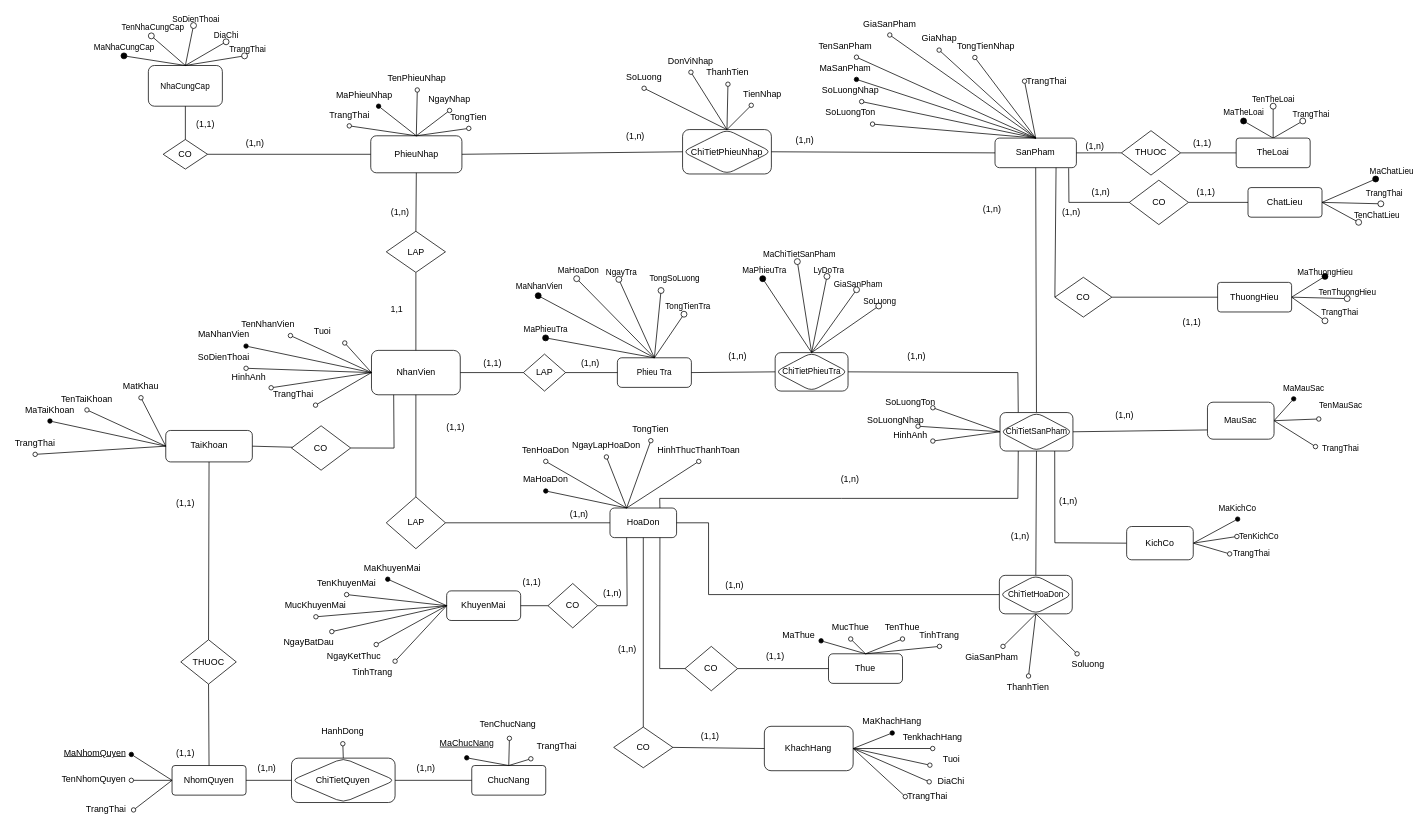
maivantai2003/SportStoreManager keeps this draw.io diagram as ERD.drawio. Above is the earlier version. Source tidied: cells renumbered, new cells numbered last; positions are measured from the earlier drawing's top-left corner, leaving out a move shared by most shapes. Both pictures are drawn from the tidied source at 74%, with x=0, y=0 at pixel (13, 13).
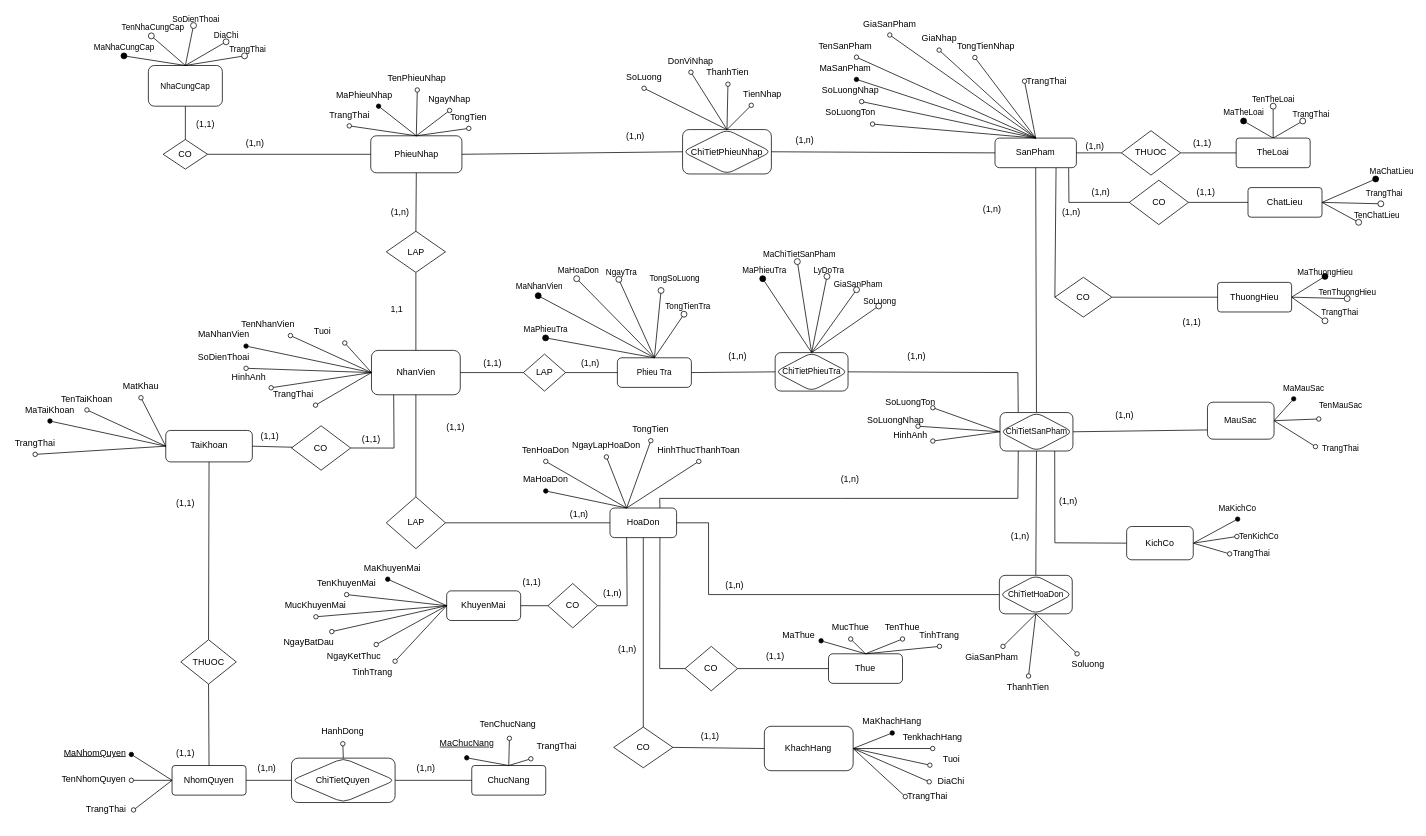
The same page after the edit.

Commit message:
Cập nhật ERD.drawio

What changed in the source:
```diff
@@
+    <mxCell id="264" value="(1,1)" style="text;strokeColor=none;fillColor=none;spacingLeft=4;spacingRight=4;overflow=hidden;fontSize=12;whiteSpace=wrap;html=1;" parent="1" vertex="1">
+      <mxGeometry x="466.4" y="562" width="40" height="30" as="geometry" />
+    </mxCell>
+    <mxCell id="265" value="(1,1)" style="text;strokeColor=none;fillColor=none;spacingLeft=4;spacingRight=4;overflow=hidden;fontSize=12;whiteSpace=wrap;html=1;" parent="1" vertex="1">
+      <mxGeometry x="328.9" y="557.9" width="40" height="30" as="geometry" />
+    </mxCell>
```
